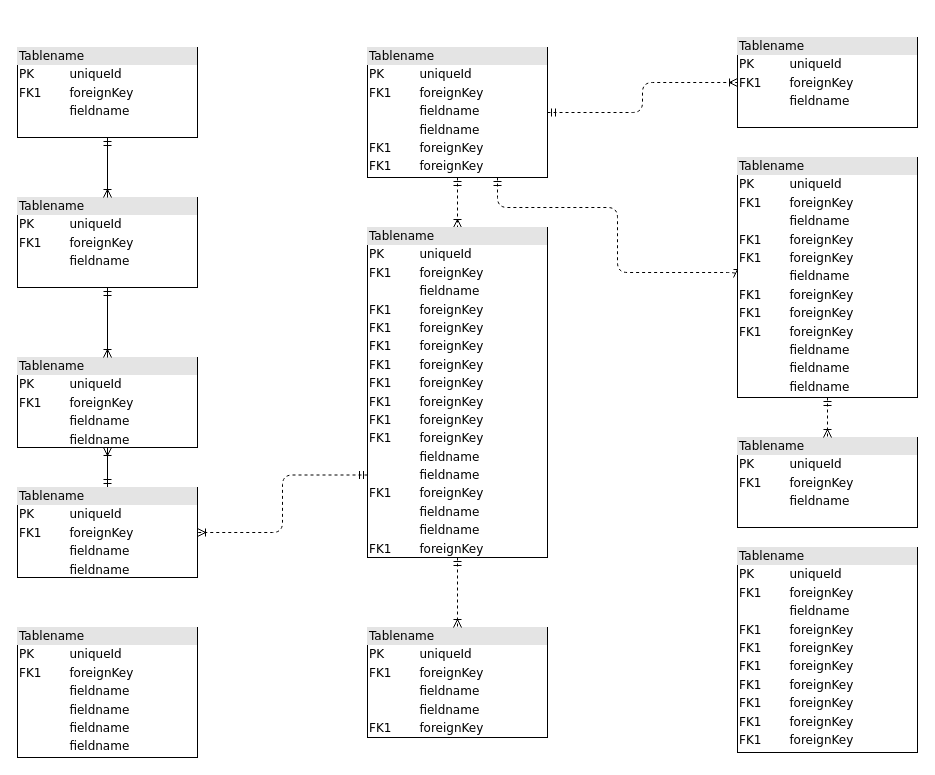
Before: Diag_PCA.drawio in dmateoval/Diagramas, a draw.io diagram. Source tidied: cells renumbered, new cells numbered last; positions are measured from the earlier drawing's top-left corner, leaving out a move shared by most shapes. Both pictures are drawn from the tidied source at 100%, with x=0, y=0 at pixel (17, 37).
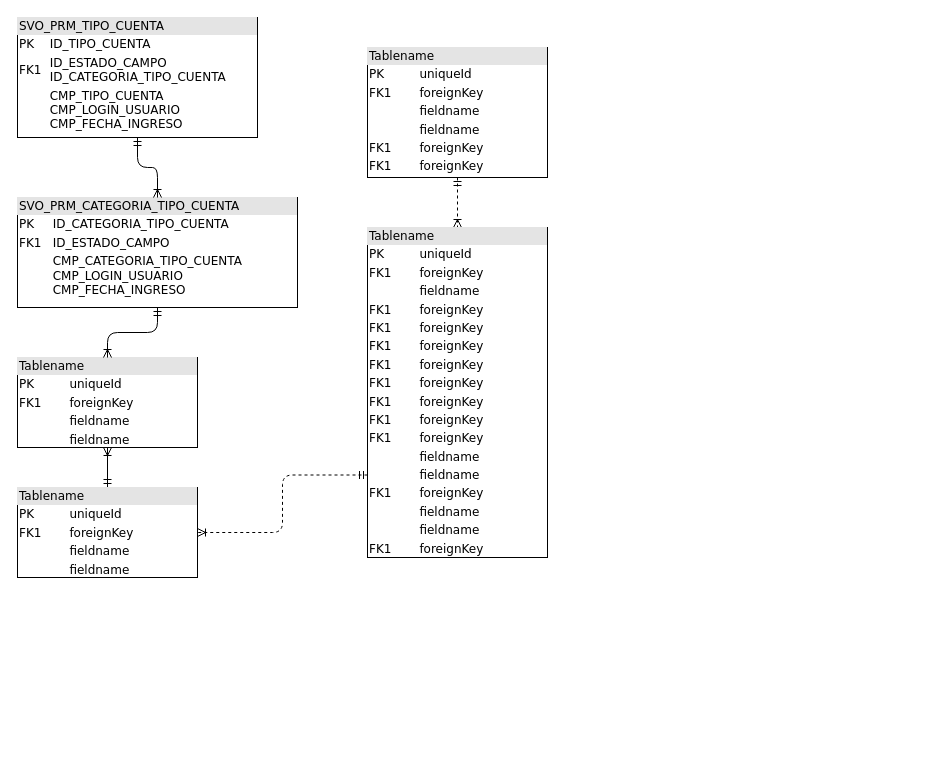
The same page after the edit.

The change refers to these unchanged cells:
```xml
<mxCell id="6" value="&lt;div style=&quot;box-sizing: border-box ; width: 100% ; background: #e4e4e4 ; padding: 2px&quot;&gt;Tablename&lt;/div&gt;&lt;table style=&quot;width: 100% ; font-size: 1em&quot; cellpadding=&quot;2&quot; cellspacing=&quot;0&quot;&gt;&lt;tbody&gt;&lt;tr&gt;&lt;td&gt;PK&lt;/td&gt;&lt;td&gt;uniqueId&lt;/td&gt;&lt;/tr&gt;&lt;tr&gt;&lt;td&gt;FK1&lt;/td&gt;&lt;td&gt;foreignKey&lt;/td&gt;&lt;/tr&gt;&lt;tr&gt;&lt;td&gt;&lt;/td&gt;&lt;td&gt;fieldname&lt;/td&gt;&lt;/tr&gt;&lt;tr&gt;&lt;td&gt;&lt;br&gt;&lt;/td&gt;&lt;td&gt;fieldname&lt;br&gt;&lt;/td&gt;&lt;/tr&gt;&lt;tr&gt;&lt;td&gt;FK1&lt;br&gt;&lt;/td&gt;&lt;td&gt;foreignKey&lt;br&gt;&lt;/td&gt;&lt;/tr&gt;&lt;tr&gt;&lt;td&gt;FK1&lt;br&gt;&lt;/td&gt;&lt;td&gt;foreignKey&lt;br&gt;&lt;/td&gt;&lt;/tr&gt;&lt;/tbody&gt;&lt;/table&gt;" style="verticalAlign=top;align=left;overflow=fill;html=1;rounded=0;shadow=0;comic=0;labelBackgroundColor=none;strokeWidth=1;fontFamily=Verdana;fontSize=12;" parent="1" vertex="1">
  <mxGeometry x="350" y="10" width="180" height="130" as="geometry" />
</mxCell>
<mxCell id="16" value="&lt;div style=&quot;box-sizing: border-box ; width: 100% ; background: #e4e4e4 ; padding: 2px&quot;&gt;Tablename&lt;/div&gt;&lt;table style=&quot;width: 100% ; font-size: 1em&quot; cellpadding=&quot;2&quot; cellspacing=&quot;0&quot;&gt;&lt;tbody&gt;&lt;tr&gt;&lt;td&gt;PK&lt;/td&gt;&lt;td&gt;uniqueId&lt;/td&gt;&lt;/tr&gt;&lt;tr&gt;&lt;td&gt;FK1&lt;/td&gt;&lt;td&gt;foreignKey&lt;/td&gt;&lt;/tr&gt;&lt;tr&gt;&lt;td&gt;&lt;/td&gt;&lt;td&gt;fieldname&lt;/td&gt;&lt;/tr&gt;&lt;tr&gt;&lt;td&gt;FK1&lt;br&gt;&lt;/td&gt;&lt;td&gt;foreignKey&lt;br&gt;&lt;/td&gt;&lt;/tr&gt;&lt;tr&gt;&lt;td&gt;FK1&lt;br&gt;&lt;/td&gt;&lt;td&gt;foreignKey&lt;br&gt;&lt;/td&gt;&lt;/tr&gt;&lt;tr&gt;&lt;td&gt;FK1&lt;br&gt;&lt;/td&gt;&lt;td&gt;foreignKey&lt;br&gt;&lt;/td&gt;&lt;/tr&gt;&lt;tr&gt;&lt;td&gt;FK1&lt;br&gt;&lt;/td&gt;&lt;td&gt;foreignKey&lt;br&gt;&lt;/td&gt;&lt;/tr&gt;&lt;tr&gt;&lt;td&gt;FK1&lt;br&gt;&lt;/td&gt;&lt;td&gt;foreignKey&lt;br&gt;&lt;/td&gt;&lt;/tr&gt;&lt;tr&gt;&lt;td&gt;FK1&lt;br&gt;&lt;/td&gt;&lt;td&gt;foreignKey&lt;br&gt;&lt;/td&gt;&lt;/tr&gt;&lt;tr&gt;&lt;td&gt;FK1&lt;br&gt;&lt;/td&gt;&lt;td&gt;foreignKey&lt;br&gt;&lt;/td&gt;&lt;/tr&gt;&lt;tr&gt;&lt;td&gt;FK1&lt;br&gt;&lt;/td&gt;&lt;td&gt;foreignKey&lt;br&gt;&lt;/td&gt;&lt;/tr&gt;&lt;tr&gt;&lt;td&gt;&lt;br&gt;&lt;/td&gt;&lt;td&gt;fieldname&lt;br&gt;&lt;/td&gt;&lt;/tr&gt;&lt;tr&gt;&lt;td&gt;&lt;br&gt;&lt;/td&gt;&lt;td&gt;fieldname&lt;br&gt;&lt;/td&gt;&lt;/tr&gt;&lt;tr&gt;&lt;td&gt;FK1&lt;br&gt;&lt;/td&gt;&lt;td&gt;foreignKey&lt;br&gt;&lt;/td&gt;&lt;/tr&gt;&lt;tr&gt;&lt;td&gt;&lt;br&gt;&lt;/td&gt;&lt;td&gt;fieldname&lt;br&gt;&lt;/td&gt;&lt;/tr&gt;&lt;tr&gt;&lt;td&gt;&lt;br&gt;&lt;/td&gt;&lt;td&gt;fieldname&lt;br&gt;&lt;/td&gt;&lt;/tr&gt;&lt;tr&gt;&lt;td&gt;FK1&lt;br&gt;&lt;/td&gt;&lt;td&gt;foreignKey&lt;br&gt;&lt;/td&gt;&lt;/tr&gt;&lt;/tbody&gt;&lt;/table&gt;" style="verticalAlign=top;align=left;overflow=fill;html=1;rounded=0;shadow=0;comic=0;labelBackgroundColor=none;strokeWidth=1;fontFamily=Verdana;fontSize=12;" parent="1" vertex="1">
  <mxGeometry x="350" y="190" width="180" height="330" as="geometry" />
</mxCell>
```

Change to the diagram source:
```diff
@@
-    <mxCell id="2" value="&lt;div style=&quot;box-sizing:border-box;width:100%;background:#e4e4e4;padding:2px;&quot;&gt;Tablename&lt;/div&gt;&lt;table style=&quot;width:100%;font-size:1em;&quot; cellpadding=&quot;2&quot; cellspacing=&quot;0&quot;&gt;&lt;tr&gt;&lt;td&gt;PK&lt;/td&gt;&lt;td&gt;uniqueId&lt;/td&gt;&lt;/tr&gt;&lt;tr&gt;&lt;td&gt;FK1&lt;/td&gt;&lt;td&gt;foreignKey&lt;/td&gt;&lt;/tr&gt;&lt;tr&gt;&lt;td&gt;&lt;/td&gt;&lt;td&gt;fieldname&lt;/td&gt;&lt;/tr&gt;&lt;/table&gt;" style="verticalAlign=top;align=left;overflow=fill;html=1;rounded=0;shadow=0;comic=0;labelBackgroundColor=none;strokeWidth=1;fontFamily=Verdana;fontSize=12;" parent="1" vertex="1">
-      <mxGeometry y="10" width="180" height="90" as="geometry" />
+    <mxCell id="2" value="&lt;div style=&quot;box-sizing:border-box;width:100%;background:#e4e4e4;padding:2px;&quot;&gt;SVO_PRM_TIPO_CUENTA&lt;/div&gt;&lt;table style=&quot;width:100%;font-size:1em;&quot; cellpadding=&quot;2&quot; cellspacing=&quot;0&quot;&gt;&lt;tbody&gt;&lt;tr&gt;&lt;td&gt;PK&lt;/td&gt;&lt;td&gt;ID_TIPO_CUENTA&lt;/td&gt;&lt;/tr&gt;&lt;tr&gt;&lt;td&gt;FK1&lt;/td&gt;&lt;td&gt;ID_ESTADO_CAMPO&lt;br&gt;ID_CATEGORIA_TIPO_CUENTA&lt;/td&gt;&lt;/tr&gt;&lt;tr&gt;&lt;td&gt;&lt;/td&gt;&lt;td&gt;CMP_TIPO_CUENTA&lt;br&gt;CMP_LOGIN_USUARIO&lt;br&gt;CMP_FECHA_INGRESO&lt;/td&gt;&lt;/tr&gt;&lt;/tbody&gt;&lt;/table&gt;" style="verticalAlign=top;align=left;overflow=fill;html=1;rounded=0;shadow=0;comic=0;labelBackgroundColor=none;strokeWidth=1;fontFamily=Verdana;fontSize=12;" parent="1" vertex="1">
+      <mxGeometry y="-20" width="240" height="120" as="geometry" />
     </mxCell>
@@
-    <mxCell id="4" style="edgeStyle=orthogonalEdgeStyle;html=1;dashed=1;labelBackgroundColor=none;startArrow=ERmandOne;endArrow=ERoneToMany;fontFamily=Verdana;fontSize=12;align=left;entryX=0;entryY=0.5;" parent="1" edge="1" source="6" target="19">
-      <mxGeometry relative="1" as="geometry">
-        <Array as="points">
-          <mxPoint x="480" y="170" />
-          <mxPoint x="600" y="170" />
-          <mxPoint x="600" y="235" />
-        </Array>
-      </mxGeometry>
-    </mxCell>
-    <mxCell id="5" style="edgeStyle=orthogonalEdgeStyle;html=1;dashed=1;labelBackgroundColor=none;startArrow=ERmandOne;endArrow=ERoneToMany;fontFamily=Verdana;fontSize=12;align=left;" parent="1" edge="1" source="6" target="20">
-      <mxGeometry relative="1" as="geometry" />
-    </mxCell>
@@
-    <mxCell id="12" value="&lt;div style=&quot;box-sizing:border-box;width:100%;background:#e4e4e4;padding:2px;&quot;&gt;Tablename&lt;/div&gt;&lt;table style=&quot;width:100%;font-size:1em;&quot; cellpadding=&quot;2&quot; cellspacing=&quot;0&quot;&gt;&lt;tr&gt;&lt;td&gt;PK&lt;/td&gt;&lt;td&gt;uniqueId&lt;/td&gt;&lt;/tr&gt;&lt;tr&gt;&lt;td&gt;FK1&lt;/td&gt;&lt;td&gt;foreignKey&lt;/td&gt;&lt;/tr&gt;&lt;tr&gt;&lt;td&gt;&lt;/td&gt;&lt;td&gt;fieldname&lt;/td&gt;&lt;/tr&gt;&lt;/table&gt;" style="verticalAlign=top;align=left;overflow=fill;html=1;rounded=0;shadow=0;comic=0;labelBackgroundColor=none;strokeWidth=1;fontFamily=Verdana;fontSize=12;" parent="1" vertex="1">
-      <mxGeometry y="160" width="180" height="90" as="geometry" />
+    <mxCell id="12" value="&lt;div style=&quot;box-sizing:border-box;width:100%;background:#e4e4e4;padding:2px;&quot;&gt;SVO_PRM_CATEGORIA_TIPO_CUENTA&lt;/div&gt;&lt;table style=&quot;width:100%;font-size:1em;&quot; cellpadding=&quot;2&quot; cellspacing=&quot;0&quot;&gt;&lt;tbody&gt;&lt;tr&gt;&lt;td&gt;PK&lt;/td&gt;&lt;td&gt;ID_CATEGORIA_TIPO_CUENTA&lt;/td&gt;&lt;/tr&gt;&lt;tr&gt;&lt;td&gt;FK1&lt;/td&gt;&lt;td&gt;ID_ESTADO_CAMPO&lt;/td&gt;&lt;/tr&gt;&lt;tr&gt;&lt;td&gt;&lt;/td&gt;&lt;td&gt;CMP_CATEGORIA_TIPO_CUENTA&lt;br&gt;CMP_LOGIN_USUARIO&lt;br&gt;CMP_FECHA_INGRESO&lt;/td&gt;&lt;/tr&gt;&lt;/tbody&gt;&lt;/table&gt;" style="verticalAlign=top;align=left;overflow=fill;html=1;rounded=0;shadow=0;comic=0;labelBackgroundColor=none;strokeWidth=1;fontFamily=Verdana;fontSize=12;" parent="1" vertex="1">
+      <mxGeometry y="160" width="280" height="110" as="geometry" />
     </mxCell>
-    <mxCell id="13" value="&lt;div style=&quot;box-sizing: border-box ; width: 100% ; background: #e4e4e4 ; padding: 2px&quot;&gt;Tablename&lt;/div&gt;&lt;table style=&quot;width: 100% ; font-size: 1em&quot; cellpadding=&quot;2&quot; cellspacing=&quot;0&quot;&gt;&lt;tbody&gt;&lt;tr&gt;&lt;td&gt;PK&lt;/td&gt;&lt;td&gt;uniqueId&lt;/td&gt;&lt;/tr&gt;&lt;tr&gt;&lt;td&gt;FK1&lt;/td&gt;&lt;td&gt;foreignKey&lt;/td&gt;&lt;/tr&gt;&lt;tr&gt;&lt;td&gt;&lt;/td&gt;&lt;td&gt;fieldname&lt;/td&gt;&lt;/tr&gt;&lt;tr&gt;&lt;td&gt;FK1&lt;br&gt;&lt;/td&gt;&lt;td&gt;foreignKey&lt;br&gt;&lt;/td&gt;&lt;/tr&gt;&lt;tr&gt;&lt;td&gt;FK1&lt;br&gt;&lt;/td&gt;&lt;td&gt;foreignKey&lt;br&gt;&lt;/td&gt;&lt;/tr&gt;&lt;tr&gt;&lt;td&gt;FK1&lt;br&gt;&lt;/td&gt;&lt;td&gt;foreignKey&lt;br&gt;&lt;/td&gt;&lt;/tr&gt;&lt;tr&gt;&lt;td&gt;FK1&lt;br&gt;&lt;/td&gt;&lt;td&gt;foreignKey&lt;br&gt;&lt;/td&gt;&lt;/tr&gt;&lt;tr&gt;&lt;td&gt;FK1&lt;br&gt;&lt;/td&gt;&lt;td&gt;foreignKey&lt;br&gt;&lt;/td&gt;&lt;/tr&gt;&lt;tr&gt;&lt;td&gt;FK1&lt;br&gt;&lt;/td&gt;&lt;td&gt;foreignKey&lt;br&gt;&lt;/td&gt;&lt;/tr&gt;&lt;tr&gt;&lt;td&gt;FK1&lt;br&gt;&lt;/td&gt;&lt;td&gt;foreignKey&lt;br&gt;&lt;/td&gt;&lt;/tr&gt;&lt;/tbody&gt;&lt;/table&gt;" style="verticalAlign=top;align=left;overflow=fill;html=1;rounded=0;shadow=0;comic=0;labelBackgroundColor=none;strokeWidth=1;fontFamily=Verdana;fontSize=12;" parent="1" vertex="1">
-      <mxGeometry x="720" y="510" width="180" height="205" as="geometry" />
-    </mxCell>
-    <mxCell id="14" value="&lt;div style=&quot;box-sizing: border-box ; width: 100% ; background: #e4e4e4 ; padding: 2px&quot;&gt;Tablename&lt;/div&gt;&lt;table style=&quot;width: 100% ; font-size: 1em&quot; cellpadding=&quot;2&quot; cellspacing=&quot;0&quot;&gt;&lt;tbody&gt;&lt;tr&gt;&lt;td&gt;PK&lt;/td&gt;&lt;td&gt;uniqueId&lt;/td&gt;&lt;/tr&gt;&lt;tr&gt;&lt;td&gt;FK1&lt;/td&gt;&lt;td&gt;foreignKey&lt;/td&gt;&lt;/tr&gt;&lt;tr&gt;&lt;td&gt;&lt;/td&gt;&lt;td&gt;fieldname&lt;/td&gt;&lt;/tr&gt;&lt;tr&gt;&lt;td&gt;&lt;br&gt;&lt;/td&gt;&lt;td&gt;fieldname&lt;br&gt;&lt;/td&gt;&lt;/tr&gt;&lt;tr&gt;&lt;td&gt;FK1&lt;br&gt;&lt;/td&gt;&lt;td&gt;foreignKey&lt;br&gt;&lt;/td&gt;&lt;/tr&gt;&lt;/tbody&gt;&lt;/table&gt;" style="verticalAlign=top;align=left;overflow=fill;html=1;rounded=0;shadow=0;comic=0;labelBackgroundColor=none;strokeWidth=1;fontFamily=Verdana;fontSize=12;" parent="1" vertex="1">
-      <mxGeometry x="350" y="590" width="180" height="110" as="geometry" />
-    </mxCell>
-    <mxCell id="15" style="edgeStyle=orthogonalEdgeStyle;html=1;entryX=0.5;entryY=0;labelBackgroundColor=none;startArrow=ERmandOne;endArrow=ERoneToMany;fontFamily=Verdana;fontSize=12;align=left;dashed=1;" parent="1" edge="1" source="16" target="14">
-      <mxGeometry relative="1" as="geometry" />
-    </mxCell>
@@
-    <mxCell id="17" value="&lt;div style=&quot;box-sizing:border-box;width:100%;background:#e4e4e4;padding:2px;&quot;&gt;Tablename&lt;/div&gt;&lt;table style=&quot;width:100%;font-size:1em;&quot; cellpadding=&quot;2&quot; cellspacing=&quot;0&quot;&gt;&lt;tr&gt;&lt;td&gt;PK&lt;/td&gt;&lt;td&gt;uniqueId&lt;/td&gt;&lt;/tr&gt;&lt;tr&gt;&lt;td&gt;FK1&lt;/td&gt;&lt;td&gt;foreignKey&lt;/td&gt;&lt;/tr&gt;&lt;tr&gt;&lt;td&gt;&lt;/td&gt;&lt;td&gt;fieldname&lt;/td&gt;&lt;/tr&gt;&lt;/table&gt;" style="verticalAlign=top;align=left;overflow=fill;html=1;rounded=0;shadow=0;comic=0;labelBackgroundColor=none;strokeWidth=1;fontFamily=Verdana;fontSize=12;" parent="1" vertex="1">
-      <mxGeometry x="720" y="400" width="180" height="90" as="geometry" />
-    </mxCell>
-    <mxCell id="18" style="edgeStyle=orthogonalEdgeStyle;html=1;entryX=0.5;entryY=0;dashed=1;labelBackgroundColor=none;startArrow=ERmandOne;endArrow=ERoneToMany;fontFamily=Verdana;fontSize=12;align=left;" parent="1" edge="1" source="19" target="17">
-      <mxGeometry relative="1" as="geometry" />
-    </mxCell>
-    <mxCell id="19" value="&lt;div style=&quot;box-sizing: border-box ; width: 100% ; background: #e4e4e4 ; padding: 2px&quot;&gt;Tablename&lt;/div&gt;&lt;table style=&quot;width: 100% ; font-size: 1em&quot; cellpadding=&quot;2&quot; cellspacing=&quot;0&quot;&gt;&lt;tbody&gt;&lt;tr&gt;&lt;td&gt;PK&lt;/td&gt;&lt;td&gt;uniqueId&lt;/td&gt;&lt;/tr&gt;&lt;tr&gt;&lt;td&gt;FK1&lt;/td&gt;&lt;td&gt;foreignKey&lt;/td&gt;&lt;/tr&gt;&lt;tr&gt;&lt;td&gt;&lt;/td&gt;&lt;td&gt;fieldname&lt;/td&gt;&lt;/tr&gt;&lt;tr&gt;&lt;td&gt;FK1&lt;br&gt;&lt;/td&gt;&lt;td&gt;foreignKey&lt;br&gt;&lt;/td&gt;&lt;/tr&gt;&lt;tr&gt;&lt;td&gt;FK1&lt;br&gt;&lt;/td&gt;&lt;td&gt;foreignKey&lt;br&gt;&lt;/td&gt;&lt;/tr&gt;&lt;tr&gt;&lt;td&gt;&lt;br&gt;&lt;/td&gt;&lt;td&gt;fieldname&lt;br&gt;&lt;/td&gt;&lt;/tr&gt;&lt;tr&gt;&lt;td&gt;FK1&lt;br&gt;&lt;/td&gt;&lt;td&gt;foreignKey&lt;br&gt;&lt;/td&gt;&lt;/tr&gt;&lt;tr&gt;&lt;td&gt;FK1&lt;br&gt;&lt;/td&gt;&lt;td&gt;foreignKey&lt;br&gt;&lt;/td&gt;&lt;/tr&gt;&lt;tr&gt;&lt;td&gt;FK1&lt;br&gt;&lt;/td&gt;&lt;td&gt;foreignKey&lt;br&gt;&lt;/td&gt;&lt;/tr&gt;&lt;tr&gt;&lt;td&gt;&lt;br&gt;&lt;/td&gt;&lt;td&gt;fieldname&lt;br&gt;&lt;/td&gt;&lt;/tr&gt;&lt;tr&gt;&lt;td&gt;&lt;br&gt;&lt;/td&gt;&lt;td&gt;fieldname&lt;br&gt;&lt;/td&gt;&lt;/tr&gt;&lt;tr&gt;&lt;td&gt;&lt;br&gt;&lt;/td&gt;&lt;td&gt;fieldname&lt;br&gt;&lt;/td&gt;&lt;/tr&gt;&lt;/tbody&gt;&lt;/table&gt;" style="verticalAlign=top;align=left;overflow=fill;html=1;rounded=0;shadow=0;comic=0;labelBackgroundColor=none;strokeWidth=1;fontFamily=Verdana;fontSize=12;" parent="1" vertex="1">
-      <mxGeometry x="720" y="120" width="180" height="240" as="geometry" />
-    </mxCell>
-    <mxCell id="20" value="&lt;div style=&quot;box-sizing:border-box;width:100%;background:#e4e4e4;padding:2px;&quot;&gt;Tablename&lt;/div&gt;&lt;table style=&quot;width:100%;font-size:1em;&quot; cellpadding=&quot;2&quot; cellspacing=&quot;0&quot;&gt;&lt;tr&gt;&lt;td&gt;PK&lt;/td&gt;&lt;td&gt;uniqueId&lt;/td&gt;&lt;/tr&gt;&lt;tr&gt;&lt;td&gt;FK1&lt;/td&gt;&lt;td&gt;foreignKey&lt;/td&gt;&lt;/tr&gt;&lt;tr&gt;&lt;td&gt;&lt;/td&gt;&lt;td&gt;fieldname&lt;/td&gt;&lt;/tr&gt;&lt;/table&gt;" style="verticalAlign=top;align=left;overflow=fill;html=1;rounded=0;shadow=0;comic=0;labelBackgroundColor=none;strokeWidth=1;fontFamily=Verdana;fontSize=12;" parent="1" vertex="1">
-      <mxGeometry x="720" width="180" height="90" as="geometry" />
-    </mxCell>
-    <mxCell id="21" value="&lt;div style=&quot;box-sizing: border-box ; width: 100% ; background: #e4e4e4 ; padding: 2px&quot;&gt;Tablename&lt;/div&gt;&lt;table style=&quot;width: 100% ; font-size: 1em&quot; cellpadding=&quot;2&quot; cellspacing=&quot;0&quot;&gt;&lt;tbody&gt;&lt;tr&gt;&lt;td&gt;PK&lt;/td&gt;&lt;td&gt;uniqueId&lt;/td&gt;&lt;/tr&gt;&lt;tr&gt;&lt;td&gt;FK1&lt;/td&gt;&lt;td&gt;foreignKey&lt;/td&gt;&lt;/tr&gt;&lt;tr&gt;&lt;td&gt;&lt;/td&gt;&lt;td&gt;fieldname&lt;/td&gt;&lt;/tr&gt;&lt;tr&gt;&lt;td&gt;&lt;br&gt;&lt;/td&gt;&lt;td&gt;fieldname&lt;br&gt;&lt;/td&gt;&lt;/tr&gt;&lt;tr&gt;&lt;td&gt;&lt;br&gt;&lt;/td&gt;&lt;td&gt;fieldname&lt;br&gt;&lt;/td&gt;&lt;/tr&gt;&lt;tr&gt;&lt;td&gt;&lt;br&gt;&lt;/td&gt;&lt;td&gt;fieldname&lt;br&gt;&lt;/td&gt;&lt;/tr&gt;&lt;/tbody&gt;&lt;/table&gt;" style="verticalAlign=top;align=left;overflow=fill;html=1;rounded=0;shadow=0;comic=0;labelBackgroundColor=none;strokeWidth=1;fontFamily=Verdana;fontSize=12;" parent="1" vertex="1">
-      <mxGeometry y="590" width="180" height="130" as="geometry" />
-    </mxCell>
```
